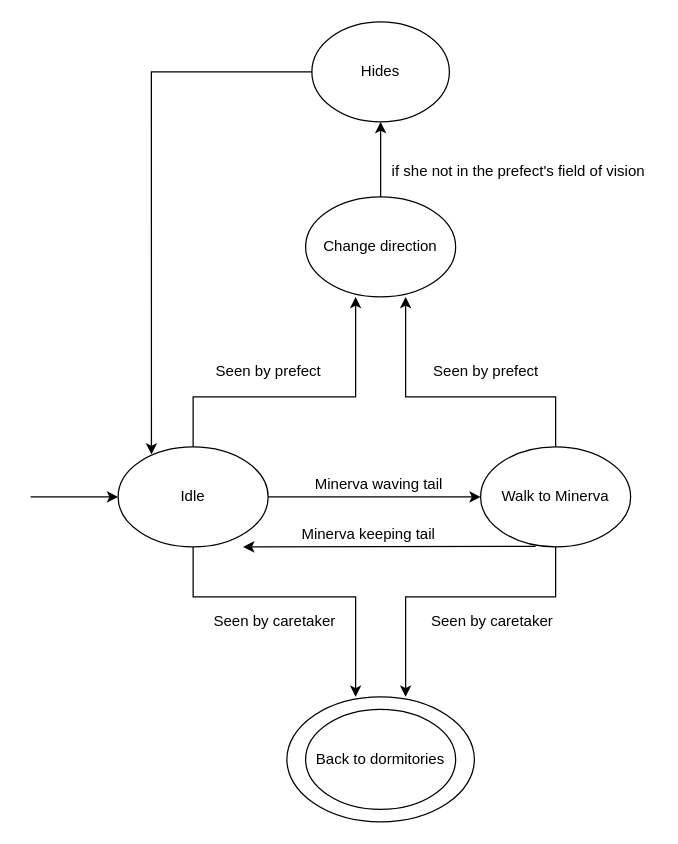
The draw.io diagram Documentation/Pictures/Level/FSM/Drwawio/Delphini.drawio in Sephirothbahamut/Accio-Niffler, before the edit. Source tidied: cells renumbered, new cells numbered last; positions are measured from the earlier drawing's top-left corner, leaving out a move shared by most shapes. Both pictures are drawn from the tidied source at 125%, with x=0, y=0 at pixel (30, 21).
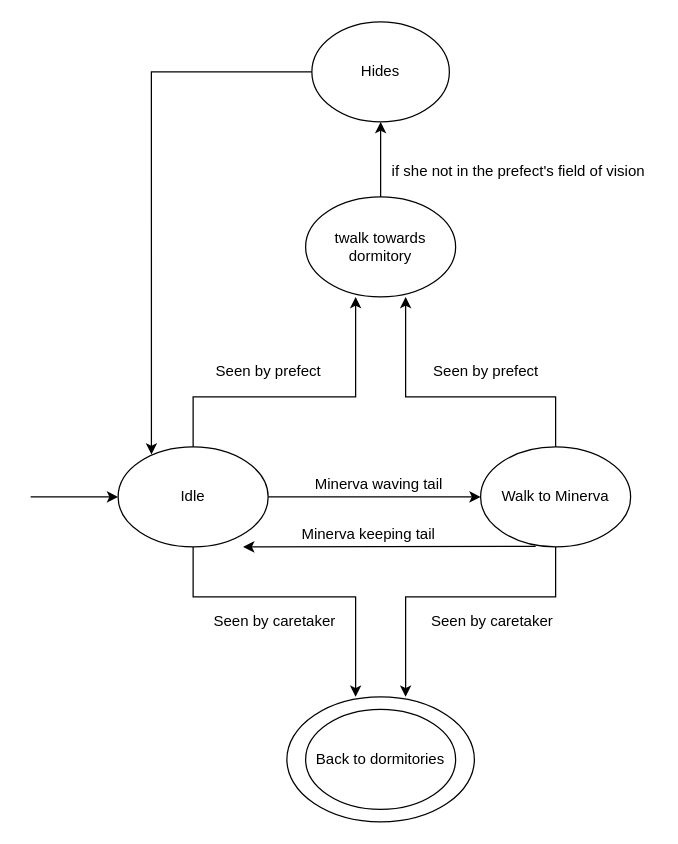
The same page after the edit.

Commit message (it also covers changes not shown here):
fixed delphini fsm

The edit, as a diff of the source:
```diff
@@
-    <mxCell id="20" value="Change direction" style="ellipse;whiteSpace=wrap;html=1;" parent="1" vertex="1">
+    <mxCell id="20" value="twalk towards dormitory" style="ellipse;whiteSpace=wrap;html=1;" parent="1" vertex="1">
       <mxGeometry x="220" y="140" width="120" height="80" as="geometry" />
     </mxCell>
```
